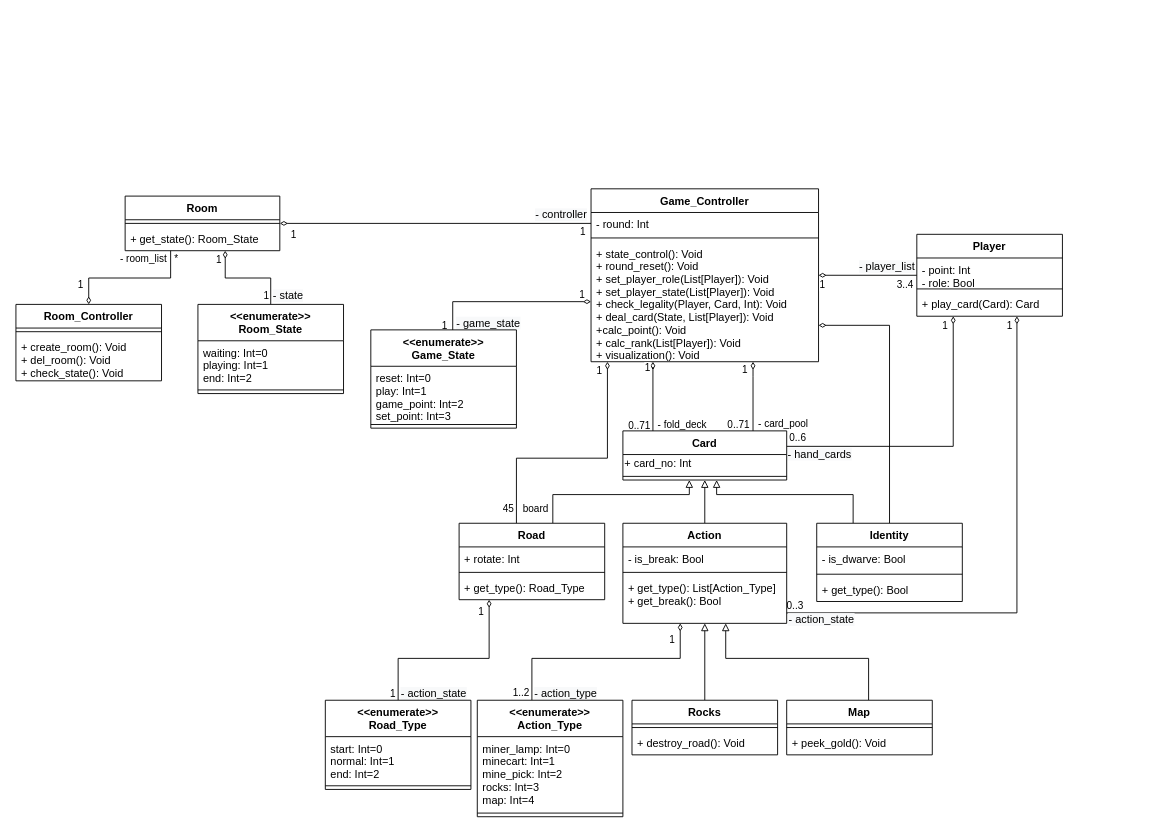
Before: page "(g) Class_1" (5 of 6) of P2.Check1.drawio in chiachun2491/NTNU_OOAD-Project, a draw.io diagram. Source tidied: cells renumbered, new cells numbered last; positions are measured from the earlier drawing's top-left corner, leaving out a move shared by most shapes. Both pictures are drawn from the tidied source at 91%, with x=0, y=0 at pixel (15, 188).
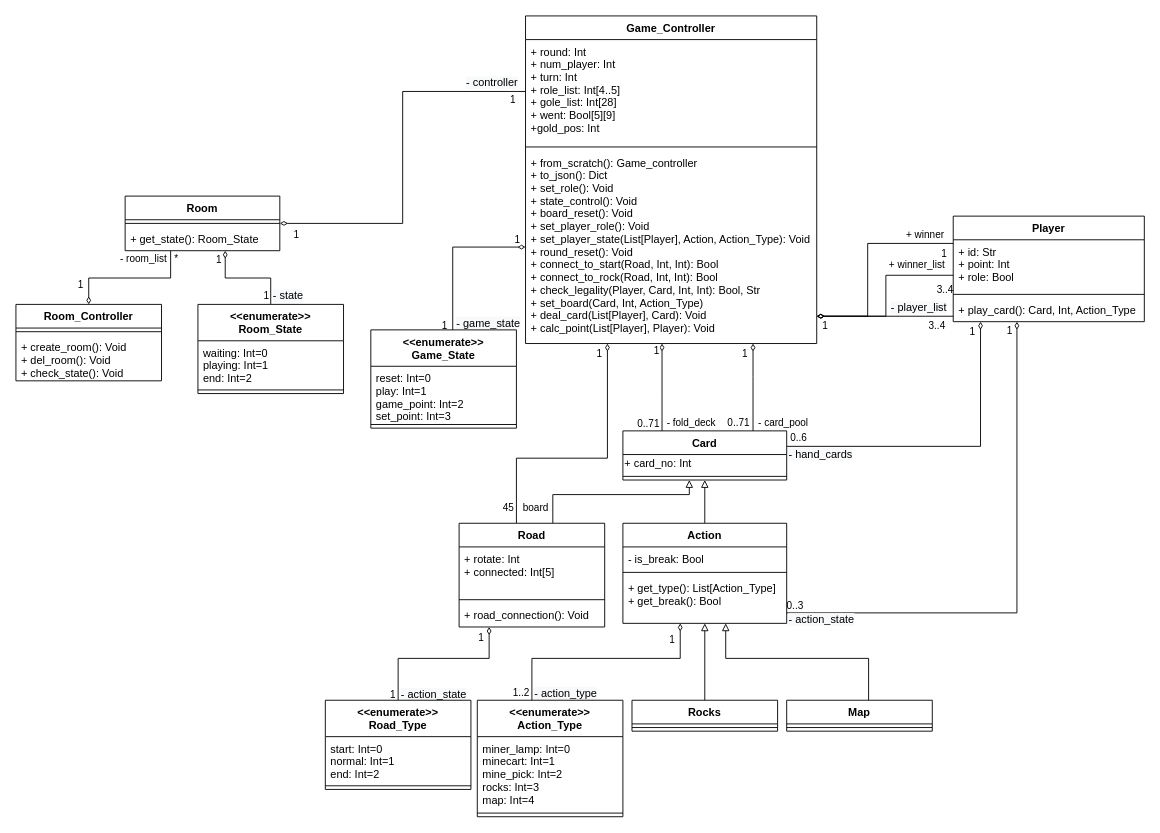
Above is the later version.

The change refers to these unchanged cells:
```xml
<mxCell id="30" value="Card" style="swimlane;fontStyle=1;align=center;verticalAlign=top;horizontal=1;startSize=26;" parent="1" vertex="1">
  <mxGeometry x="667" y="266" width="180" height="54" as="geometry" />
</mxCell>
<mxCell id="41" value="&lt;&lt;enumerate&gt;&gt;&#10;Game_State" style="swimlane;fontStyle=1;align=center;verticalAlign=top;horizontal=1;startSize=40;" parent="1" vertex="1">
  <mxGeometry x="390" y="155" width="160" height="108" as="geometry" />
</mxCell>
<mxCell id="85" value="Room" style="swimlane;fontStyle=1;align=center;verticalAlign=top;horizontal=1;startSize=26;" parent="1" vertex="1">
  <mxGeometry x="120" y="8" width="170" height="60" as="geometry" />
</mxCell>
```

The edit, as a diff of the source:
```diff
@@
-    <mxCell id="2" style="edgeStyle=none;rounded=0;jettySize=auto;html=1;entryX=1;entryY=0.5;entryDx=0;entryDy=0;endArrow=diamondThin;endFill=0;exitX=0;exitY=0.5;exitDx=0;exitDy=0;" parent="1" edge="1" source="7" target="85">
+    <mxCell id="2" style="edgeStyle=orthogonalEdgeStyle;rounded=0;jettySize=auto;html=1;entryX=1;entryY=0.5;entryDx=0;entryDy=0;endArrow=diamondThin;endFill=0;exitX=0;exitY=0.5;exitDx=0;exitDy=0;" parent="1" edge="1" source="7" target="85">
       <mxGeometry relative="1" as="geometry" />
     </mxCell>
@@
     <mxCell id="6" value="Game_Controller" style="swimlane;fontStyle=1;align=center;verticalAlign=top;horizontal=1;startSize=26;" parent="1" vertex="1">
-      <mxGeometry x="632" width="250" height="190" as="geometry" />
+      <mxGeometry x="560" y="-190" width="320" height="360" as="geometry" />
     </mxCell>
-    <mxCell id="7" value="- round: Int" style="text;strokeColor=none;fillColor=none;align=left;verticalAlign=top;spacingLeft=4;spacingRight=4;overflow=hidden;points=[[0,0.5],[1,0.5]];portConstraint=eastwest;" parent="6" vertex="1">
-      <mxGeometry y="26" width="250" height="24" as="geometry" />
+    <mxCell id="7" value="+ round: Int&#10;+ num_player: Int&#10;+ turn: Int&#10;+ role_list: Int[4..5]&#10;+ gole_list: Int[28]&#10;+ went: Bool[5][9]&#10;+gold_pos: Int&#10;" style="text;strokeColor=none;fillColor=none;align=left;verticalAlign=top;spacingLeft=4;spacingRight=4;overflow=hidden;points=[[0,0.5],[1,0.5]];portConstraint=eastwest;" parent="6" vertex="1">
+      <mxGeometry y="26" width="320" height="114" as="geometry" />
     </mxCell>
     <mxCell id="8" style="line;strokeWidth=1;fillColor=none;align=left;verticalAlign=middle;spacingTop=-1;spacingLeft=3;spacingRight=3;labelPosition=right;" parent="6" vertex="1">
-      <mxGeometry y="50" width="250" height="8" as="geometry" />
+      <mxGeometry y="140" width="320" height="8" as="geometry" />
     </mxCell>
-    <mxCell id="9" value="+ state_control(): Void&#10;+ round_reset(): Void&#10;+ set_player_role(List[Player]): Void&#10;+ set_player_state(List[Player]): Void&#10;+ check_legality(Player, Card, Int): Void&#10;+ deal_card(State, List[Player]): Void&#10;+calc_point(): Void&#10;+ calc_rank(List[Player]): Void&#10;+ visualization(): Void" style="text;strokeColor=none;fillColor=none;align=left;verticalAlign=top;spacingLeft=4;spacingRight=4;overflow=hidden;points=[[0,0.5],[1,0.5]];portConstraint=eastwest;" parent="6" vertex="1">
-      <mxGeometry y="58" width="250" height="132" as="geometry" />
+    <mxCell id="9" value="+ from_scratch(): Game_controller&#10;+ to_json(): Dict&#10;+ set_role(): Void&#10;+ state_control(): Void&#10;+ board_reset(): Void&#10;+ set_player_role(): Void&#10;+ set_player_state(List[Player], Action, Action_Type): Void&#10;+ round_reset(): Void&#10;+ connect_to_start(Road, Int, Int): Bool&#10;+ connect_to_rock(Road, Int, Int): Bool&#10;+ check_legality(Player, Card, Int, Int): Bool, Str&#10;+ set_board(Card, Int, Action_Type)&#10;+ deal_card(List[Player], Card): Void&#10;+ calc_point(List[Player], Player): Void" style="text;strokeColor=none;fillColor=none;align=left;verticalAlign=top;spacingLeft=4;spacingRight=4;overflow=hidden;points=[[0,0.5],[1,0.5]];portConstraint=eastwest;" parent="6" vertex="1">
+      <mxGeometry y="148" width="320" height="212" as="geometry" />
     </mxCell>
-    <mxCell id="10" style="edgeStyle=none;rounded=0;jettySize=auto;html=1;endArrow=diamondThin;endFill=0;" parent="1" edge="1" source="14" target="6">
-      <mxGeometry relative="1" as="geometry" />
+    <mxCell id="10" style="edgeStyle=orthogonalEdgeStyle;rounded=0;jettySize=auto;html=1;endArrow=diamondThin;endFill=0;" parent="1" edge="1" source="14" target="6">
+      <mxGeometry relative="1" as="geometry">
+        <Array as="points">
+          <mxPoint x="1000" y="140" />
+          <mxPoint x="1000" y="140" />
+        </Array>
+      </mxGeometry>
     </mxCell>
@@
+    <mxCell id="103" style="edgeStyle=orthogonalEdgeStyle;rounded=0;jettySize=auto;html=1;endArrow=diamondThin;endFill=0;" parent="1" edge="1" source="14" target="6">
+      <mxGeometry relative="1" as="geometry">
+        <Array as="points">
+          <mxPoint x="936" y="60" />
+          <mxPoint x="936" y="140" />
+        </Array>
+      </mxGeometry>
+    </mxCell>
+    <mxCell id="104" value="+ winner" style="edgeLabel;html=1;align=center;verticalAlign=middle;" parent="103" vertex="1">
+      <mxGeometry x="-0.72" y="1" relative="1" as="geometry">
+        <mxPoint y="-11" as="offset" />
+      </mxGeometry>
+    </mxCell>
+    <mxCell id="105" value="1" style="edgeLabel;html=1;align=center;verticalAlign=middle;" parent="103" vertex="1">
+      <mxGeometry x="-0.49" y="2" relative="1" as="geometry">
+        <mxPoint x="48" y="8" as="offset" />
+      </mxGeometry>
+    </mxCell>
+    <mxCell id="106" style="edgeStyle=orthogonalEdgeStyle;rounded=0;jettySize=auto;html=1;endArrow=diamondThin;endFill=0;" parent="1" edge="1" source="14" target="6">
+      <mxGeometry relative="1" as="geometry">
+        <Array as="points">
+          <mxPoint x="956" y="95" />
+          <mxPoint x="956" y="140" />
+        </Array>
+      </mxGeometry>
+    </mxCell>
+    <mxCell id="107" value="+ winner_list" style="edgeLabel;html=1;align=center;verticalAlign=middle;" parent="106" vertex="1">
+      <mxGeometry x="-0.81" y="1" relative="1" as="geometry">
+        <mxPoint x="-22" y="-13" as="offset" />
+      </mxGeometry>
+    </mxCell>
+    <mxCell id="108" value="3..4" style="edgeLabel;html=1;align=center;verticalAlign=middle;" parent="106" vertex="1">
+      <mxGeometry x="-0.79" relative="1" as="geometry">
+        <mxPoint x="10" y="15" as="offset" />
+      </mxGeometry>
+    </mxCell>
     <mxCell id="14" value="Player" style="swimlane;fontStyle=1;align=center;verticalAlign=top;horizontal=1;startSize=26;" parent="1" vertex="1">
-      <mxGeometry x="990" y="50" width="160" height="90" as="geometry" />
+      <mxGeometry x="1030" y="30" width="210" height="116" as="geometry" />
     </mxCell>
-    <mxCell id="15" value="- point: Int&#10;- role: Bool" style="text;strokeColor=none;fillColor=none;align=left;verticalAlign=top;spacingLeft=4;spacingRight=4;overflow=hidden;" parent="14" vertex="1">
-      <mxGeometry y="26" width="160" height="30" as="geometry" />
+    <mxCell id="15" value="+ id: Str&#10;+ point: Int&#10;+ role: Bool" style="text;strokeColor=none;fillColor=none;align=left;verticalAlign=top;spacingLeft=4;spacingRight=4;overflow=hidden;" parent="14" vertex="1">
+      <mxGeometry y="26" width="210" height="56" as="geometry" />
     </mxCell>
     <mxCell id="16" style="line;strokeWidth=1;fillColor=none;align=left;verticalAlign=middle;spacingTop=-1;spacingLeft=3;spacingRight=3;labelPosition=right;" parent="14" vertex="1">
-      <mxGeometry y="56" width="160" height="8" as="geometry" />
+      <mxGeometry y="82" width="210" height="8" as="geometry" />
     </mxCell>
-    <mxCell id="17" value="+ play_card(Card): Card" style="text;strokeColor=none;fillColor=none;align=left;verticalAlign=top;spacingLeft=4;spacingRight=4;overflow=hidden;" parent="14" vertex="1">
-      <mxGeometry y="64" width="160" height="26" as="geometry" />
+    <mxCell id="17" value="+ play_card(): Card, Int, Action_Type" style="text;strokeColor=none;fillColor=none;align=left;verticalAlign=top;spacingLeft=4;spacingRight=4;overflow=hidden;" parent="14" vertex="1">
+      <mxGeometry y="90" width="210" height="26" as="geometry" />
     </mxCell>
     <mxCell id="18" style="edgeStyle=orthogonalEdgeStyle;rounded=0;jettySize=auto;html=1;endArrow=diamondThin;endFill=0;" parent="1" edge="1" source="30" target="14">
       <mxGeometry relative="1" as="geometry">
         <Array as="points">
-          <mxPoint x="1030" y="283" />
+          <mxPoint x="1060" y="283" />
         </Array>
       </mxGeometry>
     </mxCell>
@@
     <mxCell id="22" style="edgeStyle=orthogonalEdgeStyle;rounded=0;jettySize=auto;html=1;endArrow=diamondThin;endFill=0;" parent="1" edge="1" source="30" target="6">
       <mxGeometry relative="1" as="geometry">
         <Array as="points">
-          <mxPoint x="700" y="196" />
-          <mxPoint x="700" y="196" />
+          <mxPoint x="710" y="230" />
+          <mxPoint x="710" y="230" />
         </Array>
       </mxGeometry>
     </mxCell>
@@
     <mxCell id="37" style="edgeStyle=orthogonalEdgeStyle;rounded=0;jettySize=auto;html=1;entryX=0;entryY=0.5;entryDx=0;entryDy=0;endArrow=diamondThin;endFill=0;" parent="1" edge="1" source="41" target="9">
       <mxGeometry relative="1" as="geometry">
         <Array as="points">
-          <mxPoint x="480" y="124" />
+          <mxPoint x="480" y="64" />
         </Array>
       </mxGeometry>
     </mxCell>
@@
-    <mxCell id="47" style="edgeStyle=orthogonalEdgeStyle;rounded=0;jettySize=auto;html=1;endArrow=block;endFill=0;" parent="1" edge="1" source="49" target="30">
-      <mxGeometry relative="1" as="geometry">
-        <Array as="points">
-          <mxPoint x="920" y="336" />
-          <mxPoint x="770" y="336" />
-        </Array>
-      </mxGeometry>
-    </mxCell>
-    <mxCell id="48" style="edgeStyle=orthogonalEdgeStyle;rounded=0;jettySize=auto;html=1;endArrow=diamondThin;endFill=0;" parent="1" edge="1" source="49" target="6">
-      <mxGeometry relative="1" as="geometry">
-        <Array as="points">
-          <mxPoint x="960" y="150" />
-        </Array>
-      </mxGeometry>
-    </mxCell>
-    <mxCell id="49" value="Identity" style="swimlane;fontStyle=1;align=center;verticalAlign=top;horizontal=1;startSize=26;" parent="1" vertex="1">
-      <mxGeometry x="880" y="367.5" width="160" height="86" as="geometry" />
-    </mxCell>
-    <mxCell id="50" value="- is_dwarve: Bool" style="text;strokeColor=none;fillColor=none;align=left;verticalAlign=top;spacingLeft=4;spacingRight=4;overflow=hidden;" parent="49" vertex="1">
-      <mxGeometry y="26" width="160" height="26" as="geometry" />
-    </mxCell>
-    <mxCell id="51" style="line;strokeWidth=1;fillColor=none;align=left;verticalAlign=middle;spacingTop=-1;spacingLeft=3;spacingRight=3;labelPosition=right;" parent="49" vertex="1">
-      <mxGeometry y="52" width="160" height="8" as="geometry" />
-    </mxCell>
-    <mxCell id="52" value="+ get_type(): Bool" style="text;strokeColor=none;fillColor=none;align=left;verticalAlign=top;spacingLeft=4;spacingRight=4;overflow=hidden;" parent="49" vertex="1">
-      <mxGeometry y="60" width="160" height="26" as="geometry" />
-    </mxCell>
@@
     <mxCell id="58" value="Road" style="swimlane;fontStyle=1;align=center;verticalAlign=top;horizontal=1;startSize=26;" parent="1" vertex="1">
-      <mxGeometry x="487" y="367.5" width="160" height="84" as="geometry" />
+      <mxGeometry x="487" y="367.5" width="160" height="114" as="geometry" />
     </mxCell>
-    <mxCell id="59" value="+ rotate: Int" style="text;strokeColor=none;fillColor=none;align=left;verticalAlign=top;spacingLeft=4;spacingRight=4;overflow=hidden;" parent="58" vertex="1">
-      <mxGeometry y="26" width="160" height="24" as="geometry" />
+    <mxCell id="59" value="+ rotate: Int&#10;+ connected: Int[5]" style="text;strokeColor=none;fillColor=none;align=left;verticalAlign=top;spacingLeft=4;spacingRight=4;overflow=hidden;" parent="58" vertex="1">
+      <mxGeometry y="26" width="160" height="54" as="geometry" />
     </mxCell>
     <mxCell id="60" style="line;strokeWidth=1;fillColor=none;align=left;verticalAlign=middle;spacingTop=-1;spacingLeft=3;spacingRight=3;labelPosition=right;" parent="58" vertex="1">
-      <mxGeometry y="50" width="160" height="8" as="geometry" />
+      <mxGeometry y="80" width="160" height="8" as="geometry" />
     </mxCell>
-    <mxCell id="61" value="+ get_type(): Road_Type" style="text;strokeColor=none;fillColor=none;align=left;verticalAlign=top;spacingLeft=4;spacingRight=4;overflow=hidden;" parent="58" vertex="1">
-      <mxGeometry y="58" width="160" height="26" as="geometry" />
+    <mxCell id="61" value="+ road_connection(): Void" style="text;strokeColor=none;fillColor=none;align=left;verticalAlign=top;spacingLeft=4;spacingRight=4;overflow=hidden;" parent="58" vertex="1">
+      <mxGeometry y="88" width="160" height="26" as="geometry" />
     </mxCell>
@@
     <mxCell id="96" value="Rocks" style="swimlane;fontStyle=1;align=center;verticalAlign=top;horizontal=1;startSize=26;" parent="1" vertex="1">
-      <mxGeometry x="677" y="562" width="160" height="60" as="geometry" />
+      <mxGeometry x="677" y="562" width="160" height="34" as="geometry" />
     </mxCell>
@@
-    <mxCell id="98" value="+ destroy_road(): Void" style="text;strokeColor=none;fillColor=none;align=left;verticalAlign=top;spacingLeft=4;spacingRight=4;overflow=hidden;" parent="96" vertex="1">
-      <mxGeometry y="34" width="160" height="26" as="geometry" />
-    </mxCell>
@@
     <mxCell id="100" value="Map" style="swimlane;fontStyle=1;align=center;verticalAlign=top;horizontal=1;startSize=26;" parent="1" vertex="1">
-      <mxGeometry x="847" y="562" width="160" height="60" as="geometry" />
+      <mxGeometry x="847" y="562" width="160" height="34" as="geometry" />
     </mxCell>
@@
-    <mxCell id="102" value="+ peek_gold(): Void" style="text;strokeColor=none;fillColor=none;align=left;verticalAlign=top;spacingLeft=4;spacingRight=4;overflow=hidden;" parent="100" vertex="1">
-      <mxGeometry y="34" width="160" height="26" as="geometry" />
-    </mxCell>
```
